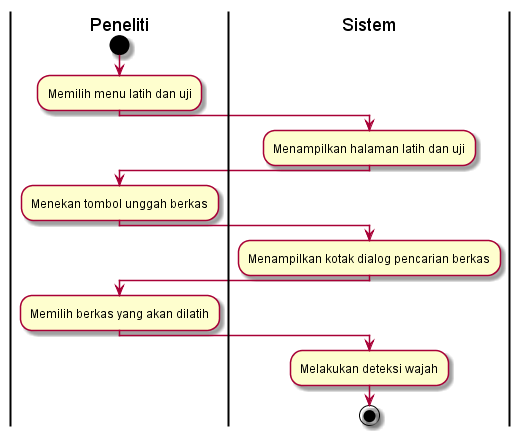
Above: diagram/AD_deteksi_wajah.png in ayulestari10/gmisvm (PlantUML), before the change.
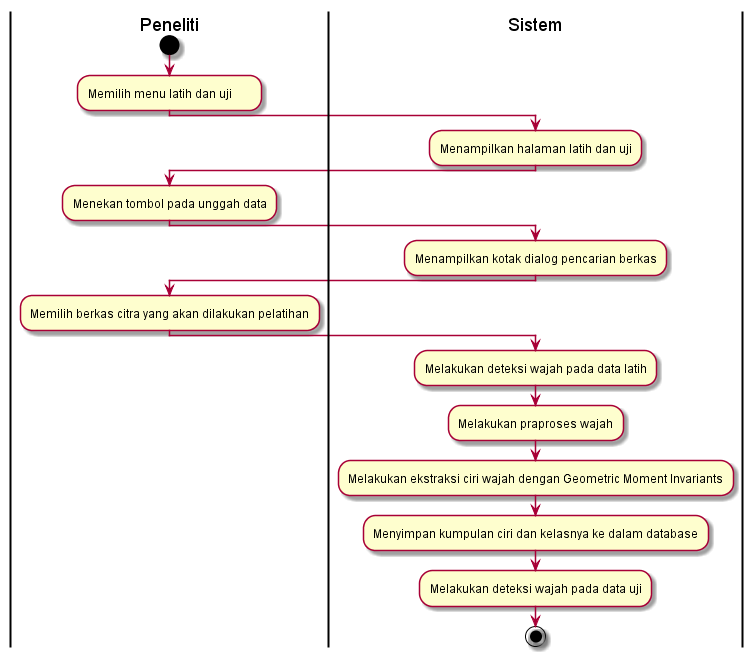
The same diagram one commit later.

Diff of the diagram source:
```diff
@@ -1,17 +1,26 @@
 @startuml
 | Peneliti |
 start
+
 :Memilih menu latih dan uji;
 | Sistem |
 :Menampilkan halaman latih dan uji;
 | Peneliti |
-:Menekan tombol unggah berkas;
+:Menekan tombol pada unggah data;
 | Sistem |
 :Menampilkan kotak dialog pencarian berkas;
 | Peneliti |
-:Memilih berkas yang akan dilatih;
+:Memilih berkas citra yang akan dilakukan pelatihan;
 | Sistem |
-:Melakukan deteksi wajah;
+:Melakukan deteksi wajah pada data latih;
+| Sistem |
+:Melakukan praproses wajah;
+| Sistem |
+:Melakukan ekstraksi ciri wajah dengan Geometric Moment Invariants;
+| Sistem |
+:Menyimpan kumpulan ciri dan kelasnya ke dalam database;
+| Sistem |
+:Melakukan deteksi wajah pada data uji;
 
 stop
 @enduml
```
